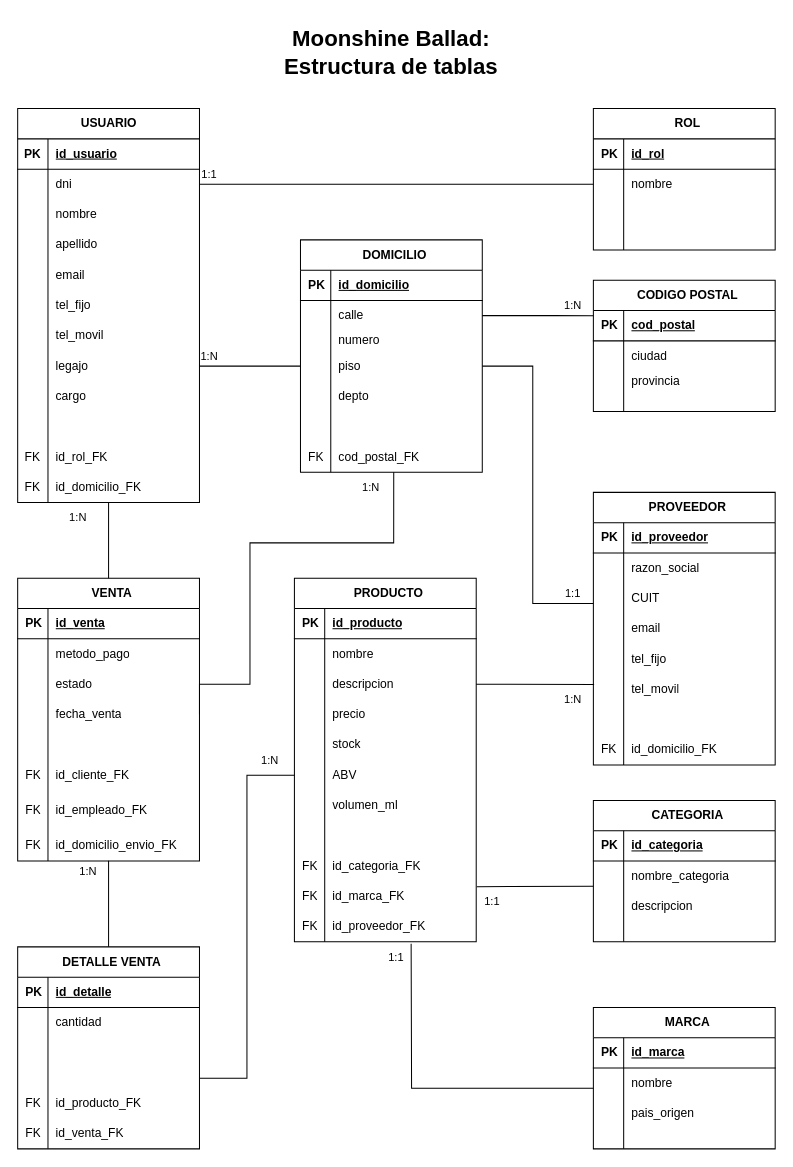
Above: docs/diagramas/2do_TABLAS.drawio in caudex-nox/moonshine-ballad (draw.io), before the change. Source tidied: cells renumbered, new cells numbered last; positions are measured from the earlier drawing's top-left corner, leaving out a move shared by most shapes. Both pictures are drawn from the tidied source at 101%, with x=0, y=0 at pixel (17, 17).
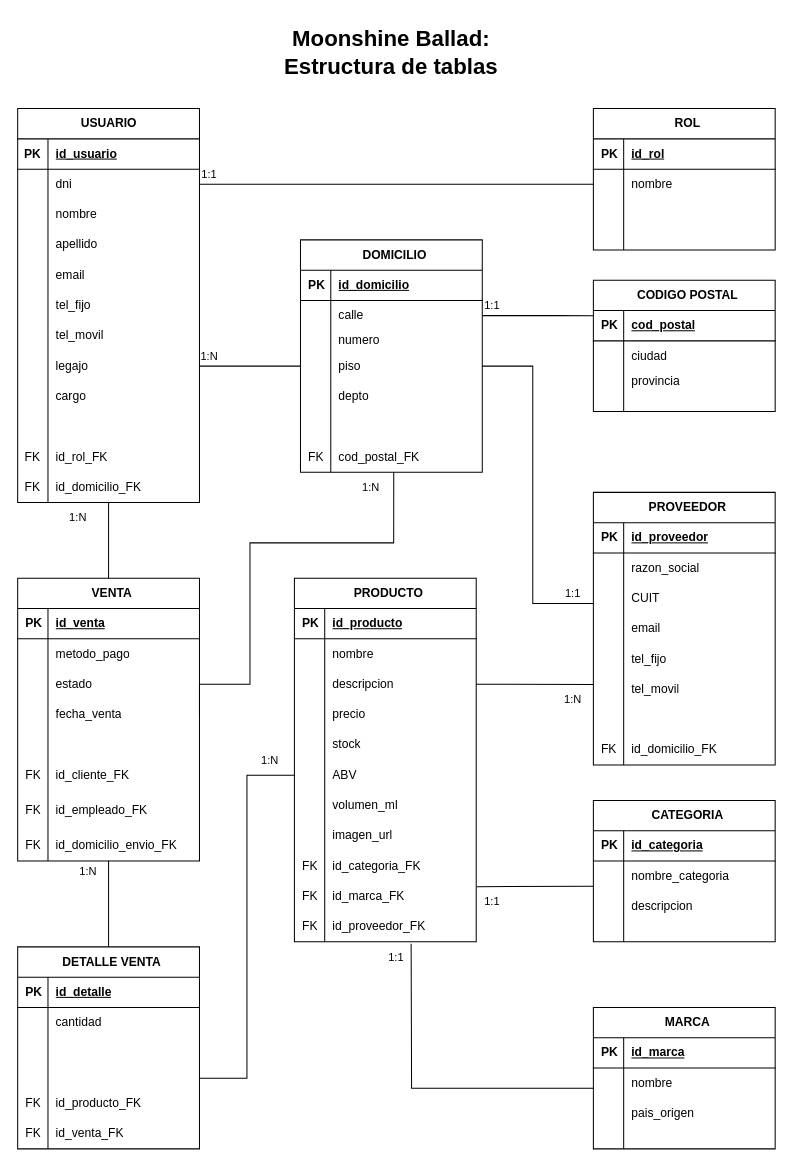
After the change.

The change refers to these unchanged cells:
```xml
<mxCell id="155" style="shape=tableRow;horizontal=0;startSize=0;swimlaneHead=0;swimlaneBody=0;fillColor=none;top=0;left=0;right=0;bottom=0;strokeColor=default;align=left;verticalAlign=middle;spacingLeft=6;fontFamily=Helvetica;fontSize=12;fontColor=default;" parent="133" vertex="1">
  <mxGeometry y="240" width="180" height="30" as="geometry" />
</mxCell>
```

The edit, as a diff of the source:
```diff
@@
-    <mxCell id="157" style="shape=partialRectangle;fillColor=none;top=0;left=0;bottom=0;right=0;align=left;spacingLeft=6;overflow=hidden;whiteSpace=wrap;html=1;strokeColor=default;verticalAlign=middle;fontFamily=Helvetica;fontSize=12;fontColor=default;" parent="155" vertex="1">
+    <mxCell id="157" value="imagen_url" style="shape=partialRectangle;fillColor=none;top=0;left=0;bottom=0;right=0;align=left;spacingLeft=6;overflow=hidden;whiteSpace=wrap;html=1;strokeColor=default;verticalAlign=middle;fontFamily=Helvetica;fontSize=12;fontColor=default;" parent="155" vertex="1">
       <mxGeometry x="30" width="150" height="30" as="geometry" />
     </mxCell>
@@
-    <mxCell id="234" value="1:N" style="text;html=1;whiteSpace=wrap;strokeColor=none;fillColor=none;align=center;verticalAlign=middle;rounded=0;fontSize=11;" parent="1" vertex="1">
-      <mxGeometry x="520" y="270" width="60" height="30" as="geometry" />
+    <mxCell id="234" value="1:1" style="text;html=1;whiteSpace=wrap;strokeColor=none;fillColor=none;align=center;verticalAlign=middle;rounded=0;fontSize=11;" parent="1" vertex="1">
+      <mxGeometry x="440" y="270" width="60" height="30" as="geometry" />
     </mxCell>
```
